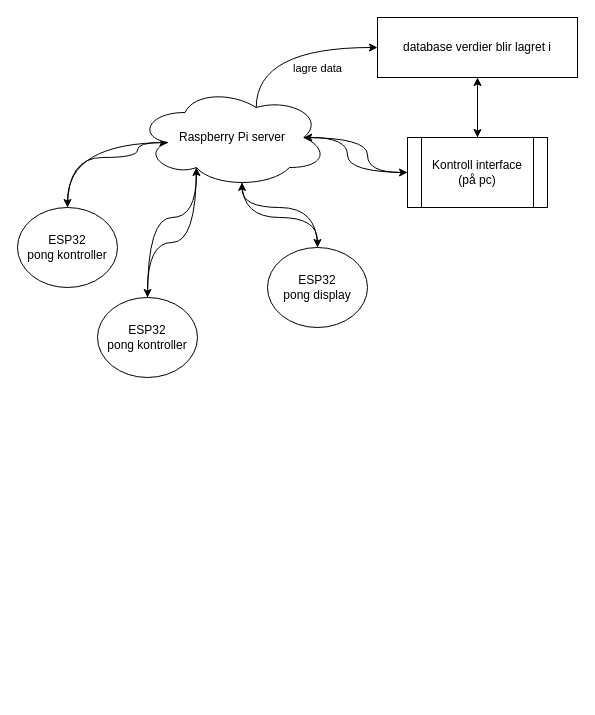
The draw.io diagram Dokumentasjon/oversikt_iot.drawio in schimen/dataprosjekt_blonk, before the edit. Source tidied: cells renumbered, new cells numbered last; positions are measured from the earlier drawing's top-left corner, leaving out a move shared by most shapes. Both pictures are drawn from the tidied source at 100%, with x=0, y=0 at pixel (17, 17).
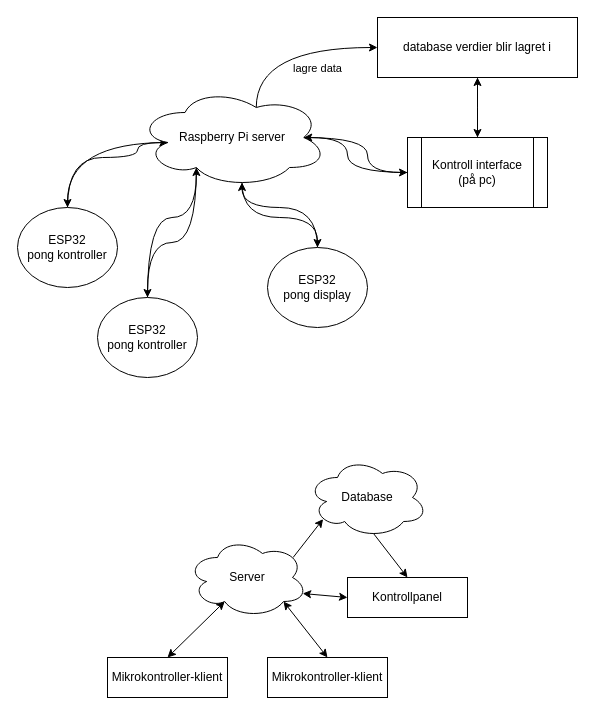
The same diagram, later.

What changed in the source:
```diff
@@
+    <mxCell id="20" value="Server" style="ellipse;shape=cloud;whiteSpace=wrap;html=1;" parent="1" vertex="1">
+      <mxGeometry x="170" y="520" width="120" height="80" as="geometry" />
+    </mxCell>
+    <mxCell id="21" value="Database" style="ellipse;shape=cloud;whiteSpace=wrap;html=1;" parent="1" vertex="1">
+      <mxGeometry x="290" y="440" width="120" height="80" as="geometry" />
+    </mxCell>
+    <mxCell id="22" value="Kontrollpanel" style="rounded=0;whiteSpace=wrap;html=1;" parent="1" vertex="1">
+      <mxGeometry x="330" y="560" width="120" height="40" as="geometry" />
+    </mxCell>
+    <mxCell id="23" value="Mikrokontroller-klient" style="rounded=0;whiteSpace=wrap;html=1;" parent="1" vertex="1">
+      <mxGeometry x="250" y="640" width="120" height="40" as="geometry" />
+    </mxCell>
+    <mxCell id="24" value="Mikrokontroller-klient" style="rounded=0;whiteSpace=wrap;html=1;" parent="1" vertex="1">
+      <mxGeometry x="90" y="640" width="120" height="40" as="geometry" />
+    </mxCell>
+    <mxCell id="25" style="endArrow=classic;startArrow=classic;html=1;entryX=0.31;entryY=0.8;entryDx=0;entryDy=0;entryPerimeter=0;exitX=0.5;exitY=0;exitDx=0;exitDy=0;" parent="1" edge="1" source="24" target="20">
+      <mxGeometry relative="1" as="geometry" />
+    </mxCell>
+    <mxCell id="26" style="endArrow=classic;startArrow=classic;html=1;exitX=0.8;exitY=0.8;exitDx=0;exitDy=0;exitPerimeter=0;entryX=0.5;entryY=0;entryDx=0;entryDy=0;" parent="1" edge="1" source="20" target="23">
+      <mxGeometry relative="1" as="geometry" />
+    </mxCell>
+    <mxCell id="27" style="endArrow=classic;startArrow=classic;html=1;exitX=0.96;exitY=0.7;exitDx=0;exitDy=0;exitPerimeter=0;entryX=0;entryY=0.5;entryDx=0;entryDy=0;" parent="1" edge="1" source="20" target="22">
+      <mxGeometry relative="1" as="geometry" />
+    </mxCell>
+    <mxCell id="28" style="endArrow=classic;html=1;exitX=0.88;exitY=0.25;exitDx=0;exitDy=0;exitPerimeter=0;entryX=0.13;entryY=0.77;entryDx=0;entryDy=0;entryPerimeter=0;" parent="1" edge="1" source="20" target="21">
+      <mxGeometry relative="1" as="geometry" />
+    </mxCell>
+    <mxCell id="29" style="endArrow=classic;html=1;exitX=0.55;exitY=0.95;exitDx=0;exitDy=0;exitPerimeter=0;entryX=0.5;entryY=0;entryDx=0;entryDy=0;" parent="1" edge="1" source="21" target="22">
+      <mxGeometry relative="1" as="geometry" />
+    </mxCell>
```
